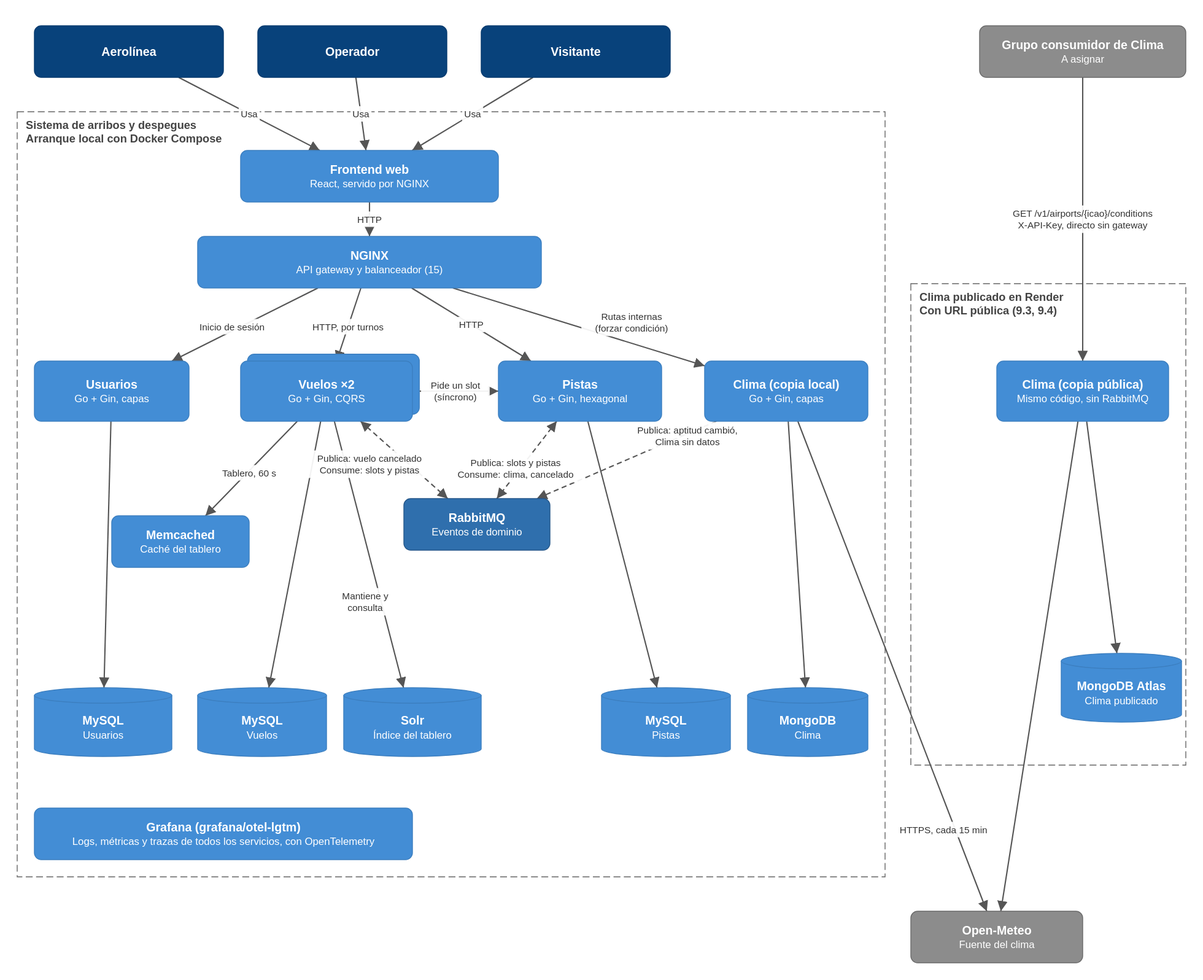
MaxiBarella/Proyecto-arquitectura keeps this draw.io diagram as docs/diagramas/contenedores.drawio.svg. Above is the earlier version. Source tidied: cells renumbered, new cells last; positions are measured from the earlier drawing's top-left corner, leaving out a move shared by most shapes.
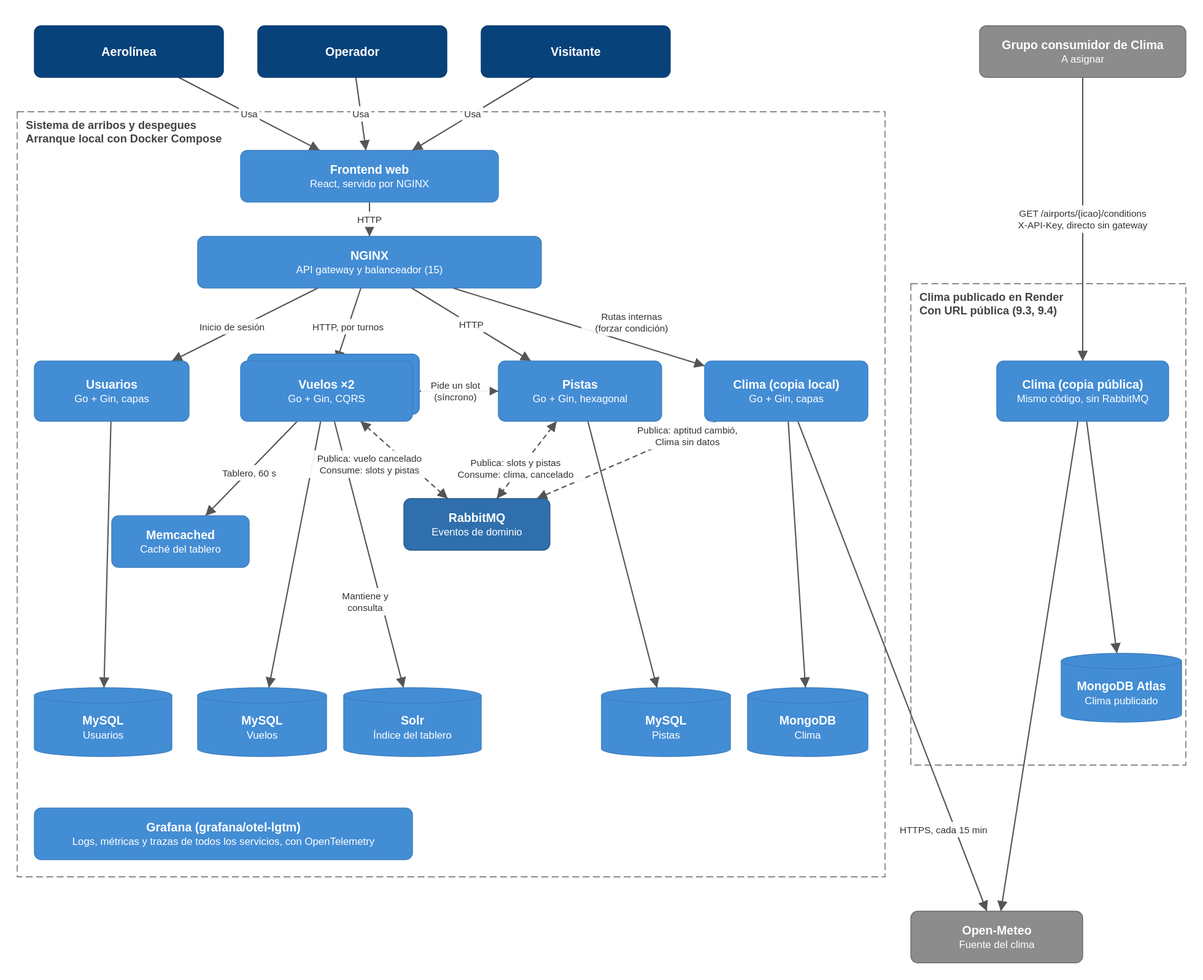
Above is the later version.

Commit message:
Saca /v1 de ARCHITECTURE.md y del diagrama, y suma la ruta del slot

La API de Clima queda sin versión en la ruta (9.10, ADR-015). Se nombran
la ruta interna del pedido de slot (4.15), el exchange (4.10) y el formato
de las claves de ruteo (4.14).

Change to the diagram source:
```diff
@@ -134,7 +134,7 @@
     <mxCell id="45" style="endArrow=block;endFill=1;html=1;rounded=0;fontSize=11;labelBackgroundColor=#ffffff;strokeColor=#555555;fontColor=#333333;" parent="1" edge="1" source="22" target="24">
       <mxGeometry relative="1" as="geometry" />
     </mxCell>
-    <mxCell id="46" value="GET /v1/airports/{icao}/conditions&lt;br&gt;X-API-Key, directo sin gateway" style="endArrow=block;endFill=1;html=1;rounded=0;fontSize=11;labelBackgroundColor=#ffffff;strokeColor=#555555;fontColor=#333333;" parent="1" edge="1" source="7" target="22">
+    <mxCell id="46" value="GET /airports/{icao}/conditions&lt;br&gt;X-API-Key, directo sin gateway" style="endArrow=block;endFill=1;html=1;rounded=0;fontSize=11;labelBackgroundColor=#ffffff;strokeColor=#555555;fontColor=#333333;" parent="1" edge="1" source="7" target="22">
       <mxGeometry relative="1" as="geometry" />
     </mxCell>
   </root>
```
